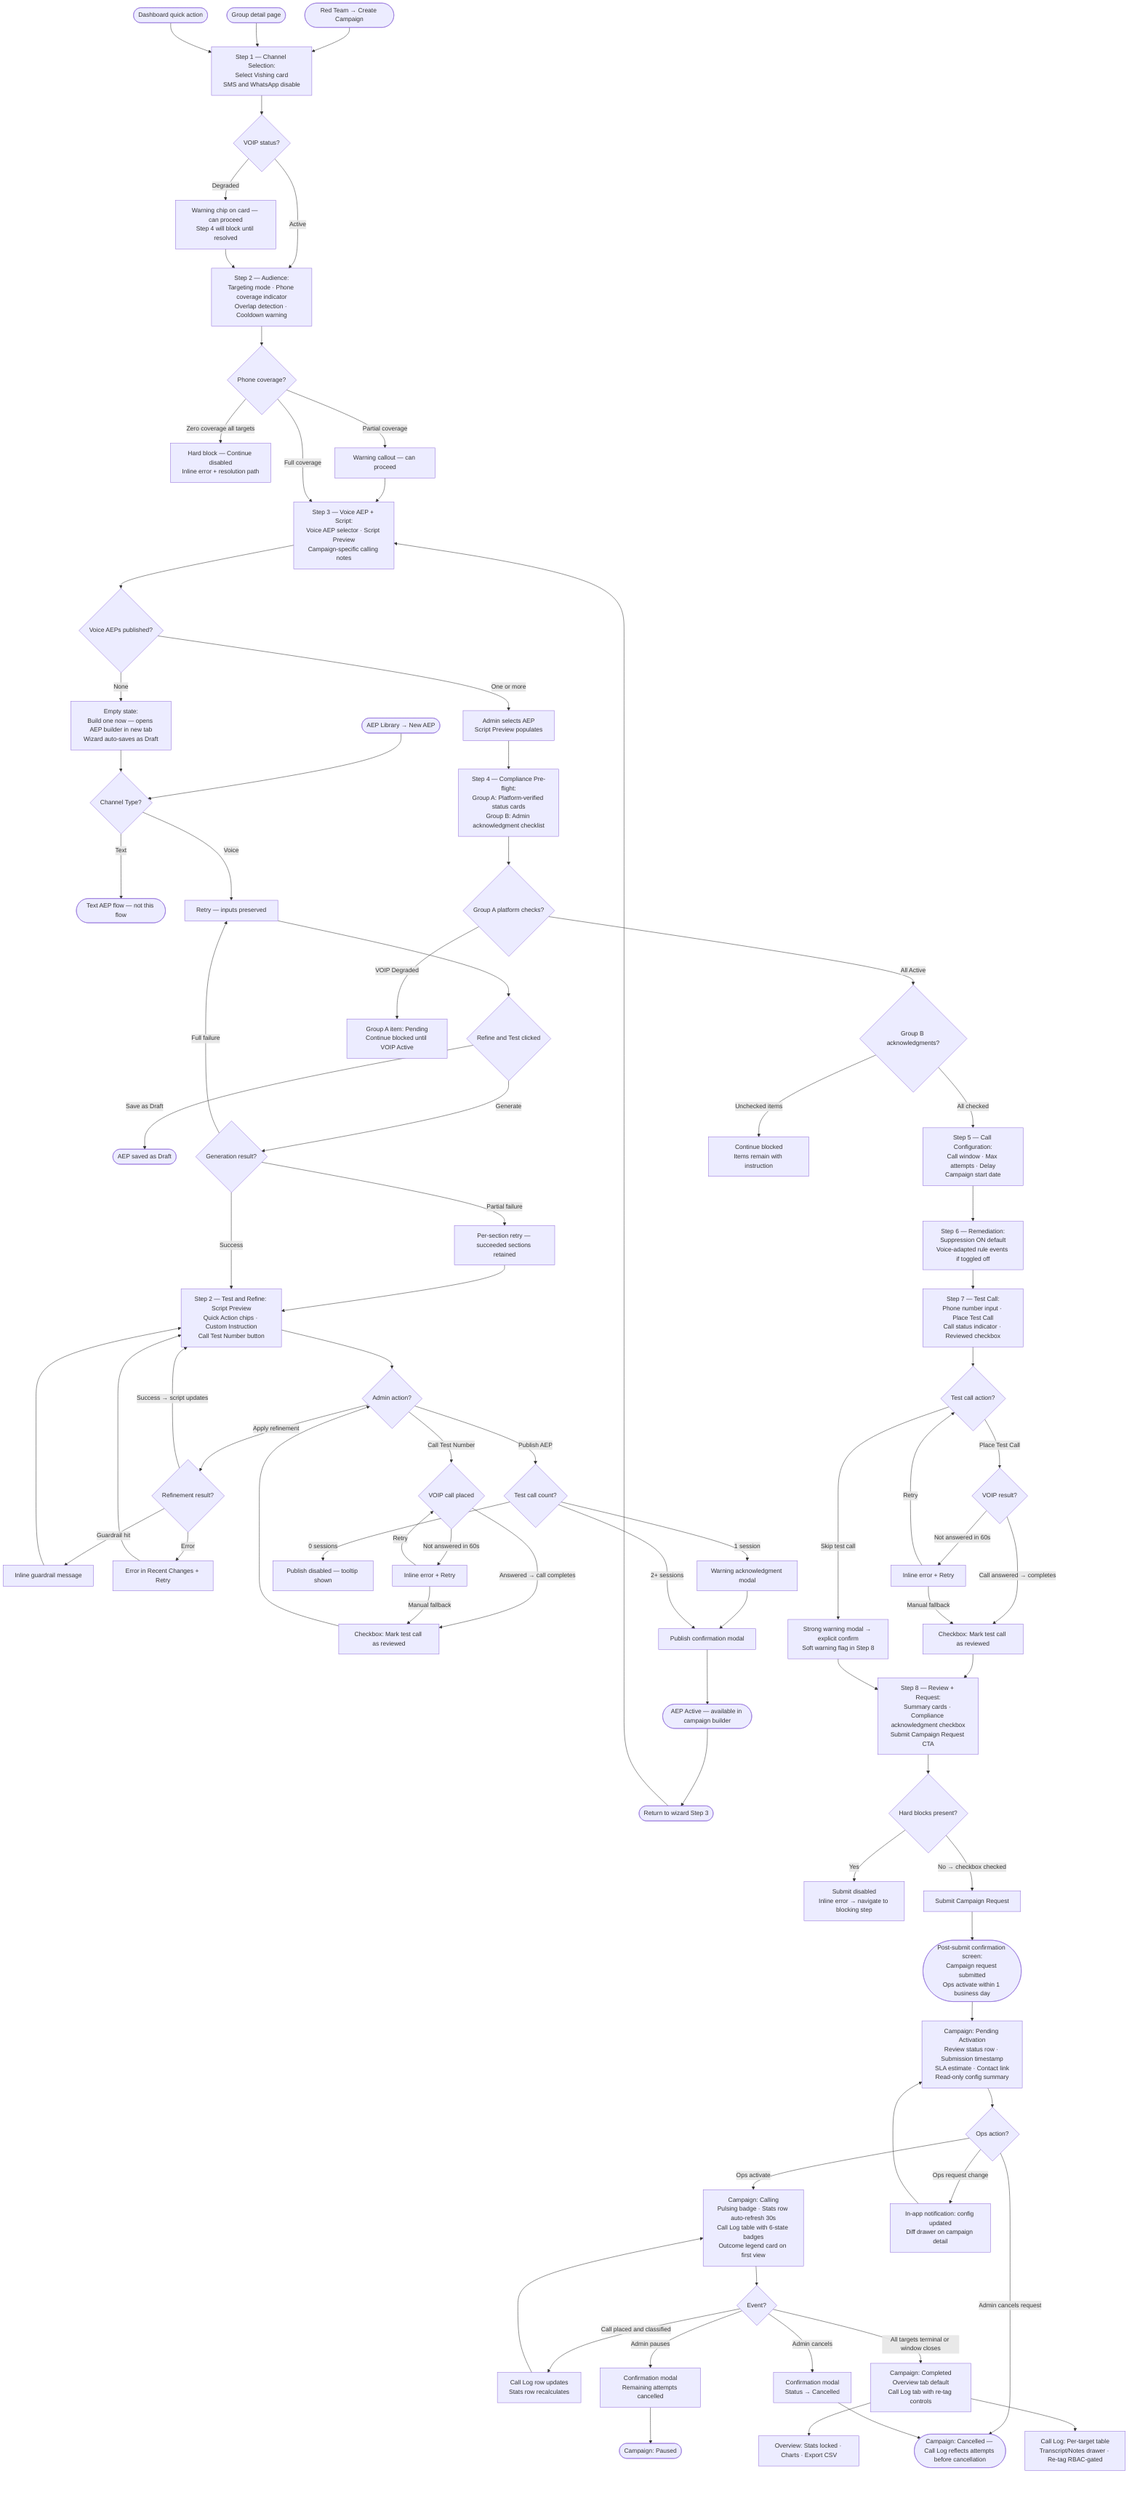
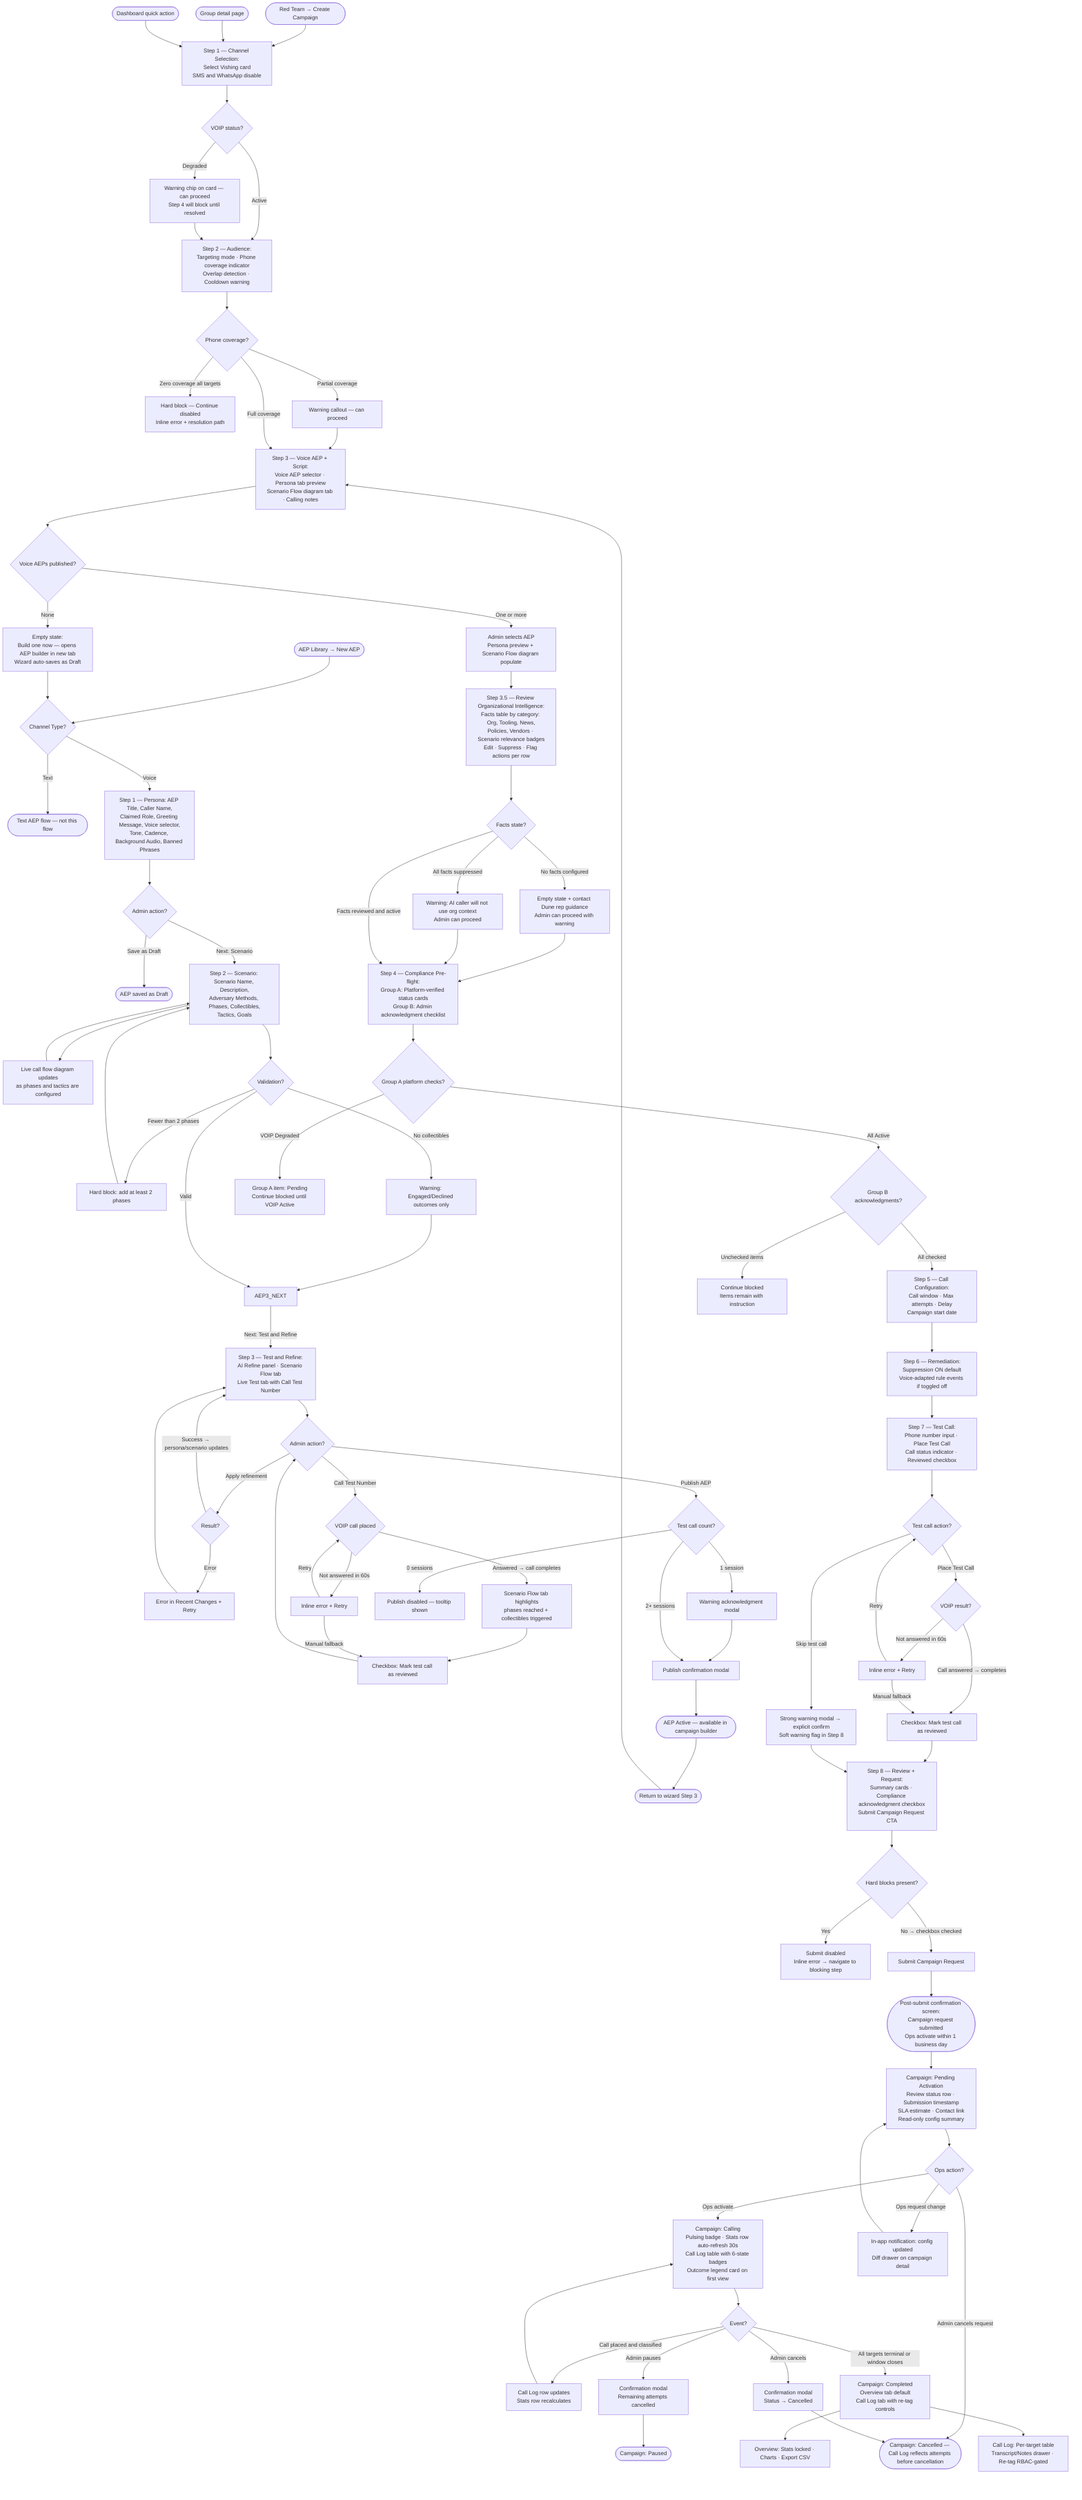
flowchart TD

  %% ── Entry Points ──────────────────────────────────────────
  E1([Red Team → Create Campaign]) --> S1
  E2([Group detail page]) --> S1
  E3([Dashboard quick action]) --> S1
  E4([AEP Library → New AEP]) --> AEP1

  %% ── Flow A: Voice AEP Builder ──────────────────────────────
  AEP1{Channel Type?}
  AEP1 -- Text --> AEP_TEXT([Text AEP flow — not this flow])
  AEP1 -- Voice --> AEP2

-   AEP2[Step 1 — AEP Setup: Title, Adversary Method,\nCaller Identity, Tone, Target Context,\nScript Outline, Objection Handling]
-   AEP2 --> AEP2A{Refine and Test clicked}
+   AEP2[Step 1 — Persona: AEP Title, Caller Name,\nClaimed Role, Greeting Message, Voice selector,\nTone, Cadence, Background Audio, Banned Phrases]
+   AEP2 --> AEP2A{Admin action?}
  AEP2A -- Save as Draft --> AEP_DRAFT([AEP saved as Draft])
-   AEP2A -- Generate --> AEP2B{Generation result?}
-   AEP2B -- Full failure --> AEP2[Retry — inputs preserved]
-   AEP2B -- Partial failure --> AEP2C[Per-section retry — succeeded sections retained]
-   AEP2C --> AEP3
-   AEP2B -- Success --> AEP3
+   AEP2A -- Next: Scenario --> AEP3

-   AEP3[Step 2 — Test and Refine: Script Preview\nQuick Action chips · Custom Instruction\nCall Test Number button]
-   AEP3 --> AEP3A{Admin action?}
-   AEP3A -- Apply refinement --> AEP3B{Refinement result?}
-   AEP3B -- Success → script updates --> AEP3
-   AEP3B -- Guardrail hit --> AEP3C[Inline guardrail message] --> AEP3
-   AEP3B -- Error --> AEP3D[Error in Recent Changes + Retry] --> AEP3
-   AEP3A -- Call Test Number --> AEP3E{VOIP call placed}
-   AEP3E -- Answered → call completes --> AEP3F[Checkbox: Mark test call as reviewed]
-   AEP3E -- Not answered in 60s --> AEP3G[Inline error + Retry]
-   AEP3G -- Retry --> AEP3E
-   AEP3G -- Manual fallback --> AEP3F
-   AEP3F --> AEP3A
-   AEP3A -- Publish AEP --> AEP4{Test call count?}
+   AEP3[Step 2 — Scenario: Scenario Name, Description,\nAdversary Methods, Phases, Collectibles,\nTactics, Goals]
+   AEP3 --> AEP3_VIZ[Live call flow diagram updates\nas phases and tactics are configured]
+   AEP3_VIZ --> AEP3
+   AEP3 --> AEP3A{Validation?}
+   AEP3A -- Fewer than 2 phases --> AEP3B[Hard block: add at least 2 phases]
+   AEP3B --> AEP3
+   AEP3A -- No collectibles --> AEP3C[Warning: Engaged/Declined outcomes only]
+   AEP3C --> AEP3_NEXT
+   AEP3A -- Valid --> AEP3_NEXT
+   AEP3_NEXT -- Next: Test and Refine --> AEP4_TEST
+ 
+   AEP4_TEST[Step 3 — Test and Refine:\nAI Refine panel · Scenario Flow tab\nLive Test tab with Call Test Number]
+   AEP4_TEST --> AEP3D{Admin action?}
+   AEP3D -- Apply refinement --> AEP3E{Result?}
+   AEP3E -- Success → persona/scenario updates --> AEP4_TEST
+   AEP3E -- Error --> AEP3F[Error in Recent Changes + Retry] --> AEP4_TEST
+   AEP3D -- Call Test Number --> AEP3G{VOIP call placed}
+   AEP3G -- Answered → call completes --> AEP3H[Scenario Flow tab highlights\nphases reached + collectibles triggered]
+   AEP3H --> AEP3I[Checkbox: Mark test call as reviewed]
+   AEP3G -- Not answered in 60s --> AEP3J[Inline error + Retry]
+   AEP3J -- Retry --> AEP3G
+   AEP3J -- Manual fallback --> AEP3I
+   AEP3I --> AEP3D
+   AEP3D -- Publish AEP --> AEP4{Test call count?}
  AEP4 -- 0 sessions --> AEP4A[Publish disabled — tooltip shown]
  AEP4 -- 1 session --> AEP4B[Warning acknowledgment modal] --> AEP4C
  AEP4 -- 2+ sessions --> AEP4C[Publish confirmation modal]
  AEP4C --> AEP_PUBLISHED([AEP Active — available in campaign builder])

  %% ── Flow B: Vishing Campaign Wizard ────────────────────────
  S1[Step 1 — Channel Selection:\nSelect Vishing card\nSMS and WhatsApp disable]
  S1 --> S1A{VOIP status?}
  S1A -- Active --> S2
  S1A -- Degraded --> S1B[Warning chip on card — can proceed\nStep 4 will block until resolved] --> S2

  S2[Step 2 — Audience:\nTargeting mode · Phone coverage indicator\nOverlap detection · Cooldown warning]
  S2 --> S2A{Phone coverage?}
  S2A -- Zero coverage all targets --> S2B[Hard block — Continue disabled\nInline error + resolution path]
  S2A -- Partial coverage --> S2C[Warning callout — can proceed] --> S3
  S2A -- Full coverage --> S3

-   S3[Step 3 — Voice AEP + Script:\nVoice AEP selector · Script Preview\nCampaign-specific calling notes]
+   S3[Step 3 — Voice AEP + Script:\nVoice AEP selector · Persona tab preview\nScenario Flow diagram tab · Calling notes]
  S3 --> S3A{Voice AEPs published?}
  S3A -- None --> S3B[Empty state:\nBuild one now — opens AEP builder in new tab\nWizard auto-saves as Draft]
  S3B --> AEP1
  AEP_PUBLISHED --> S3_RETURN([Return to wizard Step 3])
  S3_RETURN --> S3
-   S3A -- One or more --> S3C[Admin selects AEP\nScript Preview populates] --> S4
+   S3A -- One or more --> S3C[Admin selects AEP\nPersona preview + Scenario Flow diagram populate] --> S35
+ 
+   S35[Step 3.5 — Review Organizational Intelligence:\nFacts table by category: Org, Tooling, News,\nPolicies, Vendors · Scenario relevance badges\nEdit · Suppress · Flag actions per row]
+   S35 --> S35A{Facts state?}
+   S35A -- No facts configured --> S35B[Empty state + contact Dune rep guidance\nAdmin can proceed with warning] --> S4
+   S35A -- All facts suppressed --> S35C[Warning: AI caller will not use org context\nAdmin can proceed] --> S4
+   S35A -- Facts reviewed and active --> S4

  S4[Step 4 — Compliance Pre-flight:\nGroup A: Platform-verified status cards\nGroup B: Admin acknowledgment checklist]
  S4 --> S4A{Group A platform checks?}
  S4A -- VOIP Degraded --> S4B[Group A item: Pending\nContinue blocked until VOIP Active]
  S4A -- All Active --> S4C{Group B acknowledgments?}
  S4C -- All checked --> S5
  S4C -- Unchecked items --> S4D[Continue blocked\nItems remain with instruction]

  S5[Step 5 — Call Configuration:\nCall window · Max attempts · Delay\nCampaign start date]
  S5 --> S6

  S6[Step 6 — Remediation:\nSuppression ON default\nVoice-adapted rule events if toggled off]
  S6 --> S7

  S7[Step 7 — Test Call:\nPhone number input · Place Test Call\nCall status indicator · Reviewed checkbox]
  S7 --> S7A{Test call action?}
  S7A -- Place Test Call --> S7B{VOIP result?}
  S7B -- Call answered → completes --> S7C[Checkbox: Mark test call as reviewed] --> S8
  S7B -- Not answered in 60s --> S7D[Inline error + Retry]
  S7D -- Retry --> S7A
  S7D -- Manual fallback --> S7C
  S7A -- Skip test call --> S7E[Strong warning modal → explicit confirm\nSoft warning flag in Step 8]
  S7E --> S8

  S8[Step 8 — Review + Request:\nSummary cards · Compliance acknowledgment checkbox\nSubmit Campaign Request CTA]
  S8 --> S8A{Hard blocks present?}
  S8A -- Yes --> S8B[Submit disabled\nInline error → navigate to blocking step]
  S8A -- No → checkbox checked --> S8C[Submit Campaign Request]
  S8C --> CONFIRM([Post-submit confirmation screen:\nCampaign request submitted\nOps activate within 1 business day])
  CONFIRM --> PENDING

  %% ── Flow C: Campaign Status Lifecycle ───────────────────────
  PENDING[Campaign: Pending Activation\nReview status row · Submission timestamp\nSLA estimate · Contact link\nRead-only config summary]
  PENDING --> PA_A{Ops action?}
  PA_A -- Ops activate --> CALLING
  PA_A -- Ops request change --> PA_B[In-app notification: config updated\nDiff drawer on campaign detail]
  PA_B --> PENDING
  PA_A -- Admin cancels request --> CANCELLED

  CALLING[Campaign: Calling\nPulsing badge · Stats row auto-refresh 30s\nCall Log table with 6-state badges\nOutcome legend card on first view]
  CALLING --> CA_A{Event?}
  CA_A -- Call placed and classified --> CA_B[Call Log row updates\nStats row recalculates]
  CA_B --> CALLING
  CA_A -- Admin pauses --> CA_C[Confirmation modal\nRemaining attempts cancelled] --> PAUSED
  CA_A -- Admin cancels --> CA_D[Confirmation modal\nStatus → Cancelled] --> CANCELLED
  CA_A -- All targets terminal or window closes --> COMPLETED

  PAUSED([Campaign: Paused])
  CANCELLED([Campaign: Cancelled — Call Log reflects attempts before cancellation])

  COMPLETED[Campaign: Completed\nOverview tab default\nCall Log tab with re-tag controls]
  COMPLETED --> RPT_A[Overview: Stats locked · Charts · Export CSV]
  COMPLETED --> RPT_B[Call Log: Per-target table\nTranscript/Notes drawer · Re-tag RBAC-gated]
